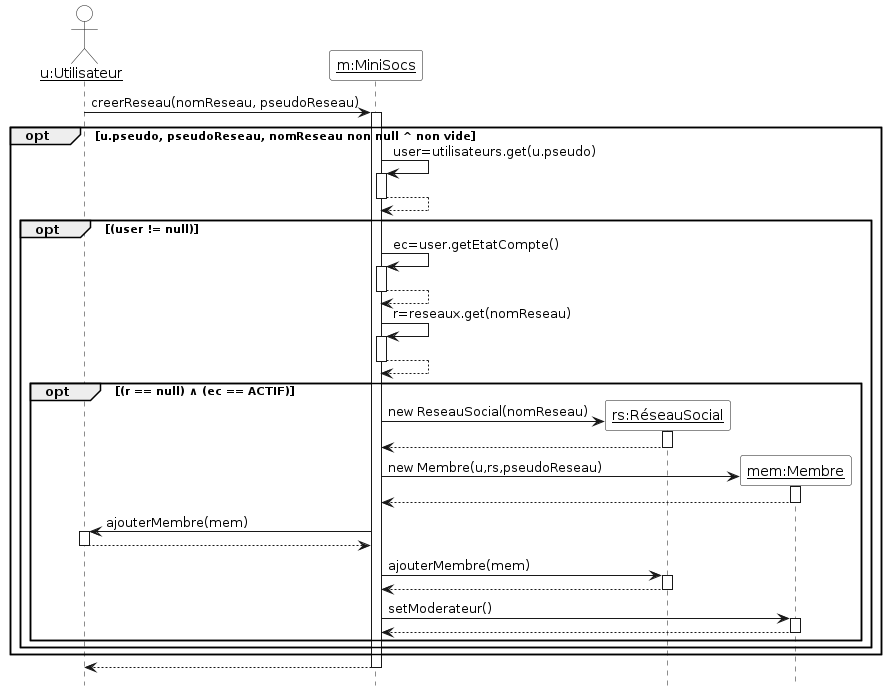
The PlantUML diagram Diagrammes/minisocs_uml_diag_seq_creer_reseau.png in ThELud0/Minisocs, before a commit.
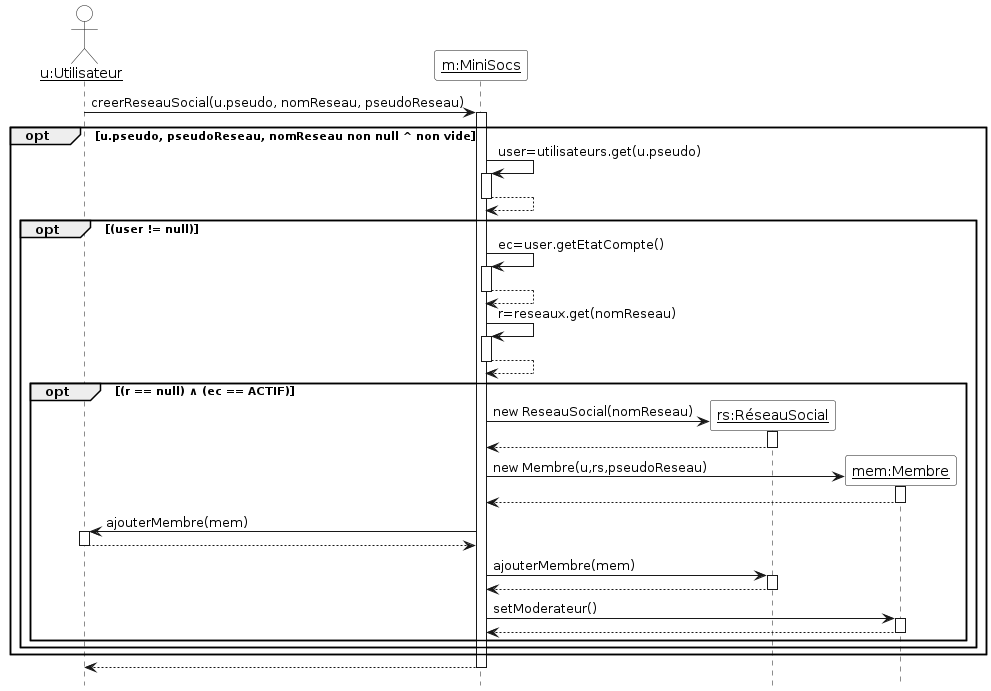
Above is the later version.

What changed in the source:
```diff
@@ -10,7 +10,7 @@
 participant "__m:MiniSocs__" as m
 
 
-u -> m ++ : creerReseau(nomReseau, pseudoReseau)
+u -> m ++ : creerReseauSocial(u.pseudo, nomReseau, pseudoReseau)
 opt u.pseudo, pseudoReseau, nomReseau non null ^ non vide
 m -> m ++ : user=utilisateurs.get(u.pseudo)
 return
```
